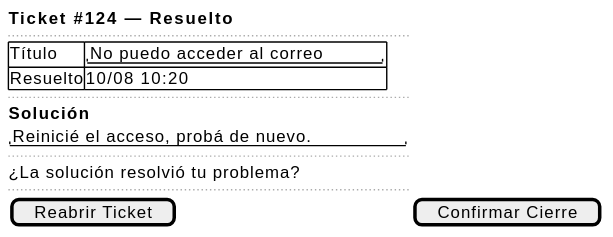
Dievex/01-HelpDesk keeps this PlantUML diagram as puml/02-fase-elaboracion/especificacion-casos-uso/tickets/UC07-confirmar-cierre-ticket-wireframe.svg. Above is the earlier version. Source of this version:
```plantuml
@startsalt UC07-confirmar-cierre-ticket-wireframe
{
  <b>Ticket #124 — Resuelto
  ..
  {#
    Título     | "No puedo acceder al correo"
    Resuelto   | 10/08 10:20
  }
  ..
  <b>Solución
  "Reinicié el acceso, probá de nuevo."
  ..
  ¿La solución resolvió tu problema?
  ..
  [Reabrir Ticket] | [Confirmar Cierre]
}
@endsalt
```
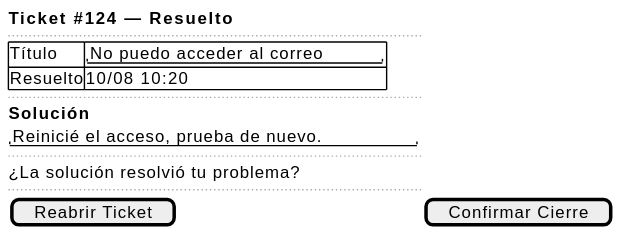
After the change.

Diff of the diagram source:
```diff
@@ -8,7 +8,7 @@
   }
   ..
   <b>Solución
-  "Reinicié el acceso, probá de nuevo."
+  "Reinicié el acceso, prueba de nuevo."
   ..
   ¿La solución resolvió tu problema?
   ..
```
